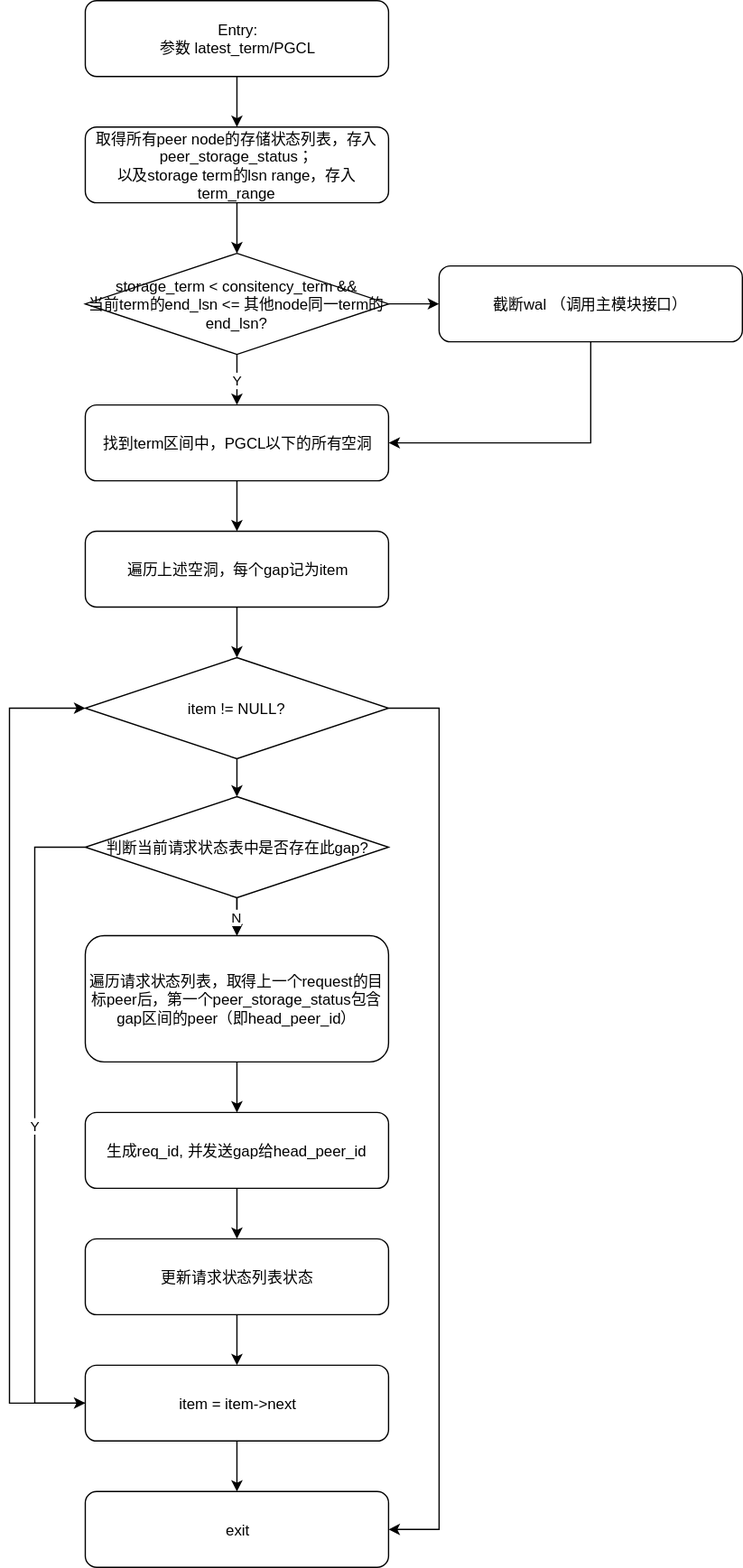
The draw.io diagram attachments/1630163366297.drawio.svg in simbahebinbo/smallfat.github.io, before a commit. Source tidied: cells renumbered, new cells last; positions are measured from the earlier drawing's top-left corner, leaving out a move shared by most shapes.
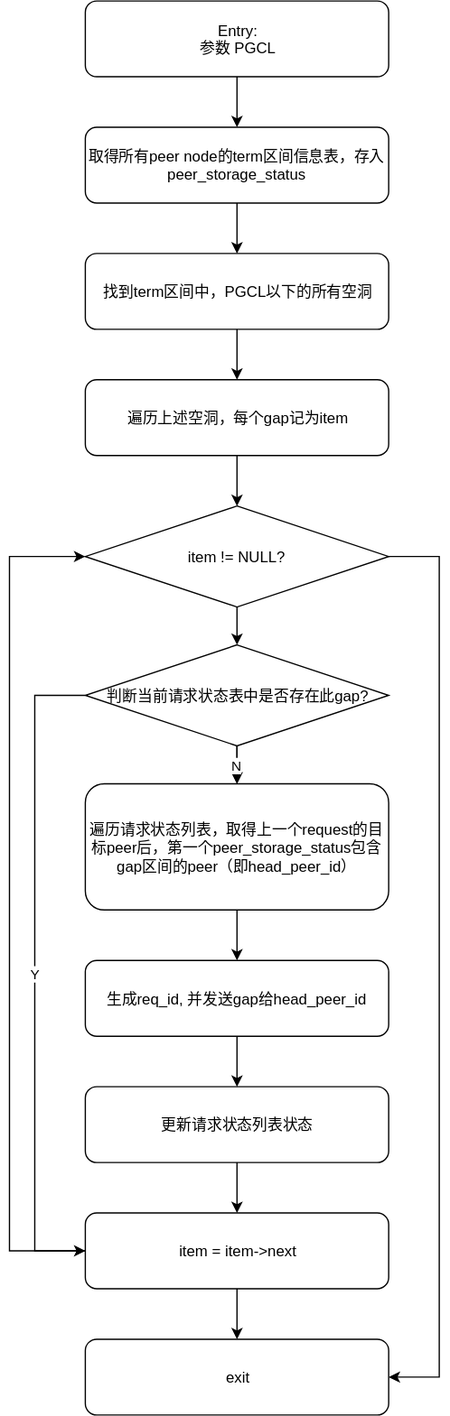
After the change.

Commit message:
添加附件 : attachments/1630163366297.drawio.svg

The edit, as a diff of the source:
```diff
@@ -2,11 +2,11 @@
   <root>
     <mxCell id="0" />
     <mxCell id="1" parent="0" />
-    <mxCell id="2" style="edgeStyle=orthogonalEdgeStyle;rounded=0;jettySize=auto;html=1;" parent="1" edge="1" source="3" target="24">
-      <mxGeometry relative="1" as="geometry" />
-    </mxCell>
+    <mxCell id="32" style="edgeStyle=orthogonalEdgeStyle;rounded=0;jettySize=auto;html=1;" parent="1" edge="1" source="3" target="26">
+      <mxGeometry relative="1" as="geometry" />
+    </mxCell>
-    <mxCell id="3" value="取得所有peer node的存储状态列表，存入peer_storage_status；&lt;br&gt;以及storage term的lsn range，存入term_range" style="rounded=1;whiteSpace=wrap;html=1;" parent="1" vertex="1">
-      <mxGeometry x="60" y="100" width="240" height="60" as="geometry" />
+    <mxCell id="3" value="取得所有peer node的term区间信息表，存入peer_storage_status" style="rounded=1;whiteSpace=wrap;html=1;" parent="1" vertex="1">
+      <mxGeometry x="60" y="220" width="240" height="60" as="geometry" />
     </mxCell>
     <mxCell id="4" style="edgeStyle=orthogonalEdgeStyle;rounded=0;jettySize=auto;html=1;" parent="1" edge="1" source="5" target="10">
       <mxGeometry relative="1" as="geometry" />
@@ -73,30 +73,20 @@
     <mxCell id="20" style="edgeStyle=orthogonalEdgeStyle;rounded=0;jettySize=auto;html=1;" parent="1" edge="1" source="21" target="3">
       <mxGeometry relative="1" as="geometry" />
     </mxCell>
-    <mxCell id="21" value="Entry: &lt;br&gt;参数 latest_term/PGCL" style="rounded=1;whiteSpace=wrap;html=1;" parent="1" vertex="1">
-      <mxGeometry x="60" width="240" height="60" as="geometry" />
+    <mxCell id="21" value="Entry: &lt;br&gt;参数 PGCL" style="rounded=1;whiteSpace=wrap;html=1;" parent="1" vertex="1">
+      <mxGeometry x="60" y="120" width="240" height="60" as="geometry" />
     </mxCell>
-    <mxCell id="22" value="Y" style="edgeStyle=orthogonalEdgeStyle;rounded=0;jettySize=auto;html=1;" parent="1" edge="1" source="24" target="26">
-      <mxGeometry relative="1" as="geometry" />
-    </mxCell>
-    <mxCell id="23" style="edgeStyle=orthogonalEdgeStyle;rounded=0;jettySize=auto;html=1;" parent="1" edge="1" source="24" target="28">
-      <mxGeometry relative="1" as="geometry" />
+    <mxCell id="23" style="edgeStyle=orthogonalEdgeStyle;rounded=0;jettySize=auto;html=1;" parent="1" edge="1" target="x">
+      <mxGeometry relative="1" as="geometry">
+        <mxPoint x="300" y="240" as="sourcePoint" />
+      </mxGeometry>
     </mxCell>
-    <mxCell id="24" value="storage_term &amp;lt; consitency_term &amp;amp;&amp;amp;&lt;br&gt;当前term的end_lsn &amp;lt;= 其他node同一term的end_lsn?" style="rhombus;whiteSpace=wrap;html=1;" parent="1" vertex="1">
-      <mxGeometry x="60" y="200" width="240" height="80" as="geometry" />
-    </mxCell>
     <mxCell id="25" style="edgeStyle=orthogonalEdgeStyle;rounded=0;jettySize=auto;html=1;" parent="1" edge="1" source="26" target="5">
       <mxGeometry relative="1" as="geometry" />
     </mxCell>
     <mxCell id="26" value="找到term区间中，PGCL以下的所有空洞" style="rounded=1;whiteSpace=wrap;html=1;" parent="1" vertex="1">
       <mxGeometry x="60" y="320" width="240" height="60" as="geometry" />
     </mxCell>
-    <mxCell id="27" style="edgeStyle=orthogonalEdgeStyle;rounded=0;jettySize=auto;html=1;exitX=0.5;exitY=1;exitDx=0;exitDy=0;entryX=1;entryY=0.5;entryDx=0;entryDy=0;" parent="1" edge="1" source="28" target="26">
-      <mxGeometry relative="1" as="geometry" />
-    </mxCell>
-    <mxCell id="28" value="截断wal （调用主模块接口）" style="rounded=1;whiteSpace=wrap;html=1;" parent="1" vertex="1">
-      <mxGeometry x="340" y="210" width="240" height="60" as="geometry" />
-    </mxCell>
     <mxCell id="29" value="Y" style="edgeStyle=orthogonalEdgeStyle;rounded=0;jettySize=auto;html=1;exitX=0;exitY=0.5;exitDx=0;exitDy=0;entryX=0;entryY=0.5;entryDx=0;entryDy=0;" parent="1" edge="1" source="31" target="12">
       <mxGeometry relative="1" as="geometry">
         <Array as="points">
```
